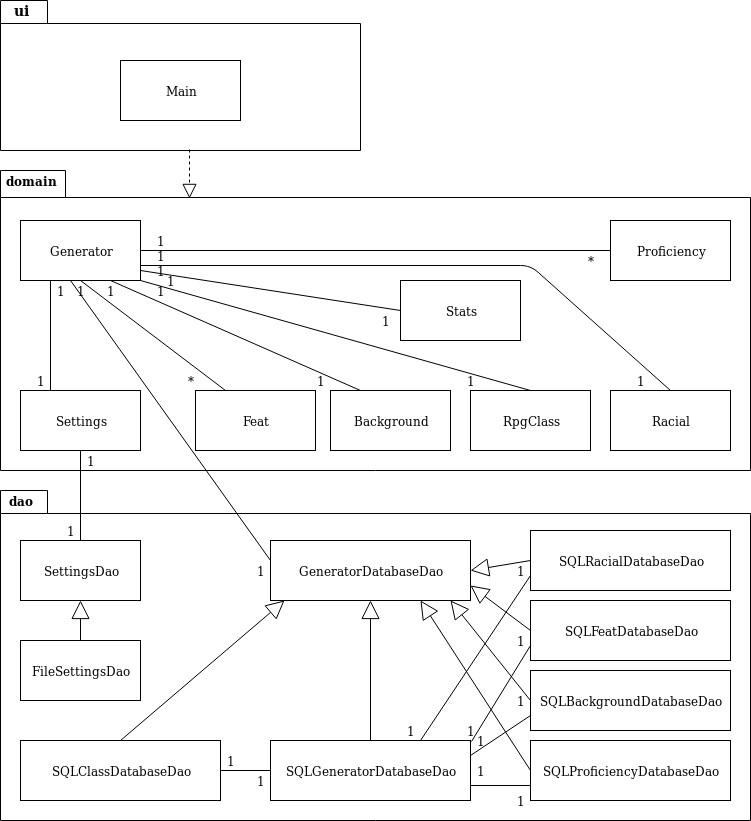
Above: dokumentointi/pakkauskaavio.png in Fumblessi/ot-harjoitustyo (draw.io), before the change. Source tidied: cells renumbered, new cells last; positions are measured from the earlier drawing's top-left corner, leaving out a move shared by most shapes.
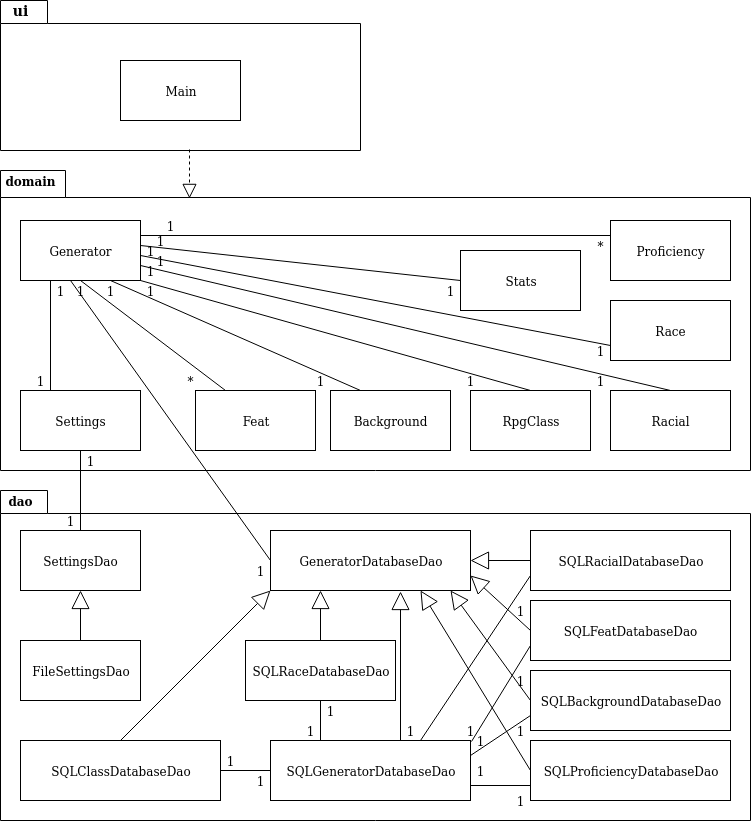
Above is the later version.

Commit message:
pakkauskaavion paivitys

What changed in the source:
```diff
@@ -50,13 +50,13 @@
       <mxGeometry x="195" y="390" width="120" height="60" as="geometry" />
     </mxCell>
     <mxCell id="17" value="SettingsDao" style="rounded=0;whiteSpace=wrap;html=1;" parent="1" vertex="1">
-      <mxGeometry x="20" y="540" width="120" height="60" as="geometry" />
+      <mxGeometry x="20" y="530" width="120" height="60" as="geometry" />
     </mxCell>
     <mxCell id="18" value="FileSettingsDao" style="rounded=0;whiteSpace=wrap;html=1;" parent="1" vertex="1">
       <mxGeometry x="20" y="640" width="120" height="60" as="geometry" />
     </mxCell>
     <mxCell id="19" value="GeneratorDatabaseDao" style="rounded=0;whiteSpace=wrap;html=1;" parent="1" vertex="1">
-      <mxGeometry x="270" y="540" width="200" height="60" as="geometry" />
+      <mxGeometry x="270" y="530" width="200" height="60" as="geometry" />
     </mxCell>
     <mxCell id="20" value="SQLGeneratorDatabaseDao" style="rounded=0;whiteSpace=wrap;html=1;" parent="1" vertex="1">
       <mxGeometry x="270" y="740" width="200" height="60" as="geometry" />
@@ -74,14 +74,12 @@
       <mxGeometry relative="1" as="geometry" />
     </mxCell>
     <mxCell id="25" style="endArrow=none;html=1;exitX=0.5;exitY=0;exitDx=0;exitDy=0;entryX=1;entryY=0.75;entryDx=0;entryDy=0;" parent="1" edge="1" source="15" target="10">
-      <mxGeometry relative="1" as="geometry">
-        <Array as="points">
-          <mxPoint x="530" y="265" />
-        </Array>
-      </mxGeometry>
+      <mxGeometry relative="1" as="geometry" />
     </mxCell>
-    <mxCell id="26" style="endArrow=none;html=1;exitX=0;exitY=0.5;exitDx=0;exitDy=0;entryX=1;entryY=0.5;entryDx=0;entryDy=0;" parent="1" edge="1" source="12" target="10">
-      <mxGeometry relative="1" as="geometry" />
+    <mxCell id="26" style="endArrow=none;html=1;exitX=0;exitY=0.25;exitDx=0;exitDy=0;entryX=0;entryY=0.25;entryDx=0;entryDy=0;" parent="1" edge="1" source="12">
+      <mxGeometry relative="1" as="geometry">
+        <mxPoint x="140" y="235" as="targetPoint" />
+      </mxGeometry>
     </mxCell>
     <mxCell id="27" style="endArrow=none;html=1;entryX=0.5;entryY=1;entryDx=0;entryDy=0;exitX=0.5;exitY=0;exitDx=0;exitDy=0;" parent="1" edge="1" source="17" target="11">
       <mxGeometry relative="1" as="geometry" />
@@ -90,7 +88,7 @@
       <mxGeometry relative="1" as="geometry" />
     </mxCell>
     <mxCell id="29" value="1" style="text;html=1;strokeColor=none;fillColor=none;align=center;verticalAlign=middle;whiteSpace=wrap;rounded=0;" parent="1" vertex="1">
-      <mxGeometry x="50" y="520" width="40" height="20" as="geometry" />
+      <mxGeometry x="50" y="510" width="40" height="20" as="geometry" />
     </mxCell>
     <mxCell id="30" value="1" style="text;html=1;strokeColor=none;fillColor=none;align=center;verticalAlign=middle;whiteSpace=wrap;rounded=0;" parent="1" vertex="1">
       <mxGeometry x="70" y="450" width="40" height="20" as="geometry" />
@@ -108,11 +106,8 @@
       <mxGeometry x="90" y="280" width="40" height="20" as="geometry" />
     </mxCell>
     <mxCell id="35" value="1" style="text;html=1;strokeColor=none;fillColor=none;align=center;verticalAlign=middle;whiteSpace=wrap;rounded=0;" parent="1" vertex="1">
-      <mxGeometry x="140" y="280" width="40" height="20" as="geometry" />
+      <mxGeometry x="130" y="280" width="40" height="20" as="geometry" />
     </mxCell>
-    <mxCell id="36" value="1" style="text;html=1;strokeColor=none;fillColor=none;align=center;verticalAlign=middle;whiteSpace=wrap;rounded=0;" parent="1" vertex="1">
-      <mxGeometry x="140" y="230" width="40" height="20" as="geometry" />
-    </mxCell>
     <mxCell id="37" value="1" style="text;html=1;strokeColor=none;fillColor=none;align=center;verticalAlign=middle;whiteSpace=wrap;rounded=0;" parent="1" vertex="1">
       <mxGeometry x="240" y="560" width="40" height="20" as="geometry" />
     </mxCell>
@@ -126,30 +121,23 @@
       <mxGeometry x="450" y="370" width="40" height="20" as="geometry" />
     </mxCell>
     <mxCell id="41" value="1" style="text;html=1;strokeColor=none;fillColor=none;align=center;verticalAlign=middle;whiteSpace=wrap;rounded=0;" parent="1" vertex="1">
-      <mxGeometry x="620" y="370" width="40" height="20" as="geometry" />
+      <mxGeometry x="580" y="370" width="40" height="20" as="geometry" />
     </mxCell>
     <mxCell id="42" value="*" style="text;html=1;strokeColor=none;fillColor=none;align=center;verticalAlign=middle;whiteSpace=wrap;rounded=0;" parent="1" vertex="1">
-      <mxGeometry x="570" y="250" width="40" height="20" as="geometry" />
+      <mxGeometry x="580" y="235" width="40" height="20" as="geometry" />
     </mxCell>
-    <mxCell id="43" value="1" style="text;html=1;strokeColor=none;fillColor=none;align=center;verticalAlign=middle;whiteSpace=wrap;rounded=0;" parent="1" vertex="1">
-      <mxGeometry x="140" y="260" width="40" height="20" as="geometry" />
-    </mxCell>
-    <mxCell id="44" value="1" style="text;html=1;strokeColor=none;fillColor=none;align=center;verticalAlign=middle;whiteSpace=wrap;rounded=0;" parent="1" vertex="1">
-      <mxGeometry x="140" y="245" width="40" height="20" as="geometry" />
-    </mxCell>
     <mxCell id="45" value="Stats" style="rounded=0;whiteSpace=wrap;html=1;" parent="1" vertex="1">
-      <mxGeometry x="400" y="280" width="120" height="60" as="geometry" />
+      <mxGeometry x="460" y="250" width="120" height="60" as="geometry" />
     </mxCell>
-    <mxCell id="46" style="endArrow=none;html=1;entryX=0;entryY=0.5;entryDx=0;entryDy=0;exitX=0;exitY=0.5;exitDx=0;exitDy=0;" parent="1" edge="1" source="45" target="43">
-      <mxGeometry relative="1" as="geometry" />
+    <mxCell id="46" style="endArrow=none;html=1;entryX=0;entryY=0.25;entryDx=0;entryDy=0;exitX=0;exitY=0.5;exitDx=0;exitDy=0;" parent="1" edge="1" source="45">
+      <mxGeometry relative="1" as="geometry">
+        <mxPoint x="140" y="245" as="targetPoint" />
+      </mxGeometry>
     </mxCell>
-    <mxCell id="47" value="1" style="text;html=1;strokeColor=none;fillColor=none;align=center;verticalAlign=middle;whiteSpace=wrap;rounded=0;" parent="1" vertex="1">
-      <mxGeometry x="150" y="270" width="40" height="20" as="geometry" />
-    </mxCell>
     <mxCell id="48" value="1" style="text;html=1;strokeColor=none;fillColor=none;align=center;verticalAlign=middle;whiteSpace=wrap;rounded=0;" parent="1" vertex="1">
-      <mxGeometry x="365" y="310" width="40" height="20" as="geometry" />
+      <mxGeometry x="430" y="280" width="40" height="20" as="geometry" />
     </mxCell>
-    <mxCell id="49" style="endArrow=block;endSize=16;endFill=0;html=1;exitX=0.5;exitY=0;exitDx=0;exitDy=0;entryX=0.5;entryY=1;entryDx=0;entryDy=0;" parent="1" edge="1" source="20" target="19">
+    <mxCell id="49" style="endArrow=block;endSize=16;endFill=0;html=1;exitX=0.25;exitY=1;exitDx=0;exitDy=0;entryX=0.65;entryY=1.017;entryDx=0;entryDy=0;entryPerimeter=0;" parent="1" edge="1" source="71" target="19">
       <mxGeometry relative="1" as="geometry" />
     </mxCell>
     <mxCell id="50" value="SQLProficiencyDatabaseDao" style="rounded=0;whiteSpace=wrap;html=1;" parent="1" vertex="1">
@@ -167,7 +155,7 @@
     <mxCell id="54" value="SQLFeatDatabaseDao" style="rounded=0;whiteSpace=wrap;html=1;" parent="1" vertex="1">
       <mxGeometry x="530" y="600" width="200" height="60" as="geometry" />
     </mxCell>
-    <mxCell id="55" style="endArrow=block;endSize=16;endFill=0;html=1;entryX=0.07;entryY=1;entryDx=0;entryDy=0;exitX=0.5;exitY=0;exitDx=0;exitDy=0;entryPerimeter=0;" parent="1" edge="1" source="52" target="19">
+    <mxCell id="55" style="endArrow=block;endSize=16;endFill=0;html=1;entryX=0;entryY=1;entryDx=0;entryDy=0;exitX=0.5;exitY=0;exitDx=0;exitDy=0;entryPerimeter=0;" parent="1" edge="1" source="52" target="19">
       <mxGeometry relative="1" as="geometry" />
     </mxCell>
     <mxCell id="56" style="endArrow=block;endSize=16;endFill=0;html=1;entryX=0.75;entryY=1;entryDx=0;entryDy=0;exitX=0;exitY=0.5;exitDx=0;exitDy=0;" parent="1" edge="1" source="50" target="19">
@@ -221,16 +209,57 @@
       <mxGeometry x="390" y="720" width="40" height="20" as="geometry" />
     </mxCell>
     <mxCell id="72" value="1" style="text;html=1;strokeColor=none;fillColor=none;align=center;verticalAlign=middle;whiteSpace=wrap;rounded=0;" parent="1" vertex="1">
-      <mxGeometry x="500" y="690" width="40" height="20" as="geometry" />
+      <mxGeometry x="500" y="720" width="40" height="20" as="geometry" />
     </mxCell>
     <mxCell id="73" value="1" style="text;html=1;strokeColor=none;fillColor=none;align=center;verticalAlign=middle;whiteSpace=wrap;rounded=0;" parent="1" vertex="1">
-      <mxGeometry x="500" y="630" width="40" height="20" as="geometry" />
+      <mxGeometry x="500" y="670" width="40" height="20" as="geometry" />
     </mxCell>
     <mxCell id="74" value="1" style="text;html=1;strokeColor=none;fillColor=none;align=center;verticalAlign=middle;whiteSpace=wrap;rounded=0;" parent="1" vertex="1">
-      <mxGeometry x="500" y="560" width="40" height="20" as="geometry" />
+      <mxGeometry x="500" y="600" width="40" height="20" as="geometry" />
     </mxCell>
     <mxCell id="75" style="endArrow=none;html=1;entryX=0.25;entryY=0;entryDx=0;entryDy=0;exitX=0.75;exitY=0;exitDx=0;exitDy=0;" parent="1" edge="1" source="37" target="33">
       <mxGeometry relative="1" as="geometry" />
     </mxCell>
+    <mxCell id="76" value="SQLRaceDatabaseDao" style="rounded=0;whiteSpace=wrap;html=1;" parent="1" vertex="1">
+      <mxGeometry x="245" y="640" width="150" height="60" as="geometry" />
+    </mxCell>
+    <mxCell id="77" style="endArrow=none;html=1;entryX=0.25;entryY=0;entryDx=0;entryDy=0;exitX=0.5;exitY=1;exitDx=0;exitDy=0;" parent="1" edge="1" source="76" target="20">
+      <mxGeometry relative="1" as="geometry" />
+    </mxCell>
+    <mxCell id="78" style="endArrow=block;endSize=16;endFill=0;html=1;entryX=0.25;entryY=1;entryDx=0;entryDy=0;exitX=0.5;exitY=0;exitDx=0;exitDy=0;" parent="1" edge="1" source="76" target="19">
+      <mxGeometry relative="1" as="geometry" />
+    </mxCell>
+    <mxCell id="79" value="1" style="text;html=1;strokeColor=none;fillColor=none;align=center;verticalAlign=middle;whiteSpace=wrap;rounded=0;" parent="1" vertex="1">
+      <mxGeometry x="310" y="700" width="40" height="20" as="geometry" />
+    </mxCell>
+    <mxCell id="80" value="1" style="text;html=1;strokeColor=none;fillColor=none;align=center;verticalAlign=middle;whiteSpace=wrap;rounded=0;" parent="1" vertex="1">
+      <mxGeometry x="290" y="720" width="40" height="20" as="geometry" />
+    </mxCell>
+    <mxCell id="81" value="Race" style="rounded=0;whiteSpace=wrap;html=1;" parent="1" vertex="1">
+      <mxGeometry x="610" y="300" width="120" height="60" as="geometry" />
+    </mxCell>
+    <mxCell id="82" style="endArrow=none;html=1;exitX=0;exitY=0.75;exitDx=0;exitDy=0;entryX=0;entryY=0.75;entryDx=0;entryDy=0;" parent="1" edge="1" source="81">
+      <mxGeometry relative="1" as="geometry">
+        <mxPoint x="140" y="255" as="targetPoint" />
+      </mxGeometry>
+    </mxCell>
+    <mxCell id="83" value="1" style="text;html=1;strokeColor=none;fillColor=none;align=center;verticalAlign=middle;whiteSpace=wrap;rounded=0;" parent="1" vertex="1">
+      <mxGeometry x="130" y="260" width="40" height="20" as="geometry" />
+    </mxCell>
+    <mxCell id="36" value="1" style="text;html=1;strokeColor=none;fillColor=none;align=center;verticalAlign=middle;whiteSpace=wrap;rounded=0;" parent="1" vertex="1">
+      <mxGeometry x="140" y="230" width="40" height="20" as="geometry" />
+    </mxCell>
+    <mxCell id="84" value="1" style="text;html=1;strokeColor=none;fillColor=none;align=center;verticalAlign=middle;whiteSpace=wrap;rounded=0;" parent="1" vertex="1">
+      <mxGeometry x="150" y="215" width="40" height="20" as="geometry" />
+    </mxCell>
+    <mxCell id="85" value="1" style="text;html=1;strokeColor=none;fillColor=none;align=center;verticalAlign=middle;whiteSpace=wrap;rounded=0;" parent="1" vertex="1">
+      <mxGeometry x="580" y="340" width="40" height="20" as="geometry" />
+    </mxCell>
+    <mxCell id="86" value="1" style="text;html=1;strokeColor=none;fillColor=none;align=center;verticalAlign=middle;whiteSpace=wrap;rounded=0;" parent="1" vertex="1">
+      <mxGeometry x="140" y="250" width="40" height="20" as="geometry" />
+    </mxCell>
+    <mxCell id="87" value="1" style="text;html=1;strokeColor=none;fillColor=none;align=center;verticalAlign=middle;whiteSpace=wrap;rounded=0;" parent="1" vertex="1">
+      <mxGeometry x="130" y="240" width="40" height="20" as="geometry" />
+    </mxCell>
   </root>
 </mxGraphModel>
```
